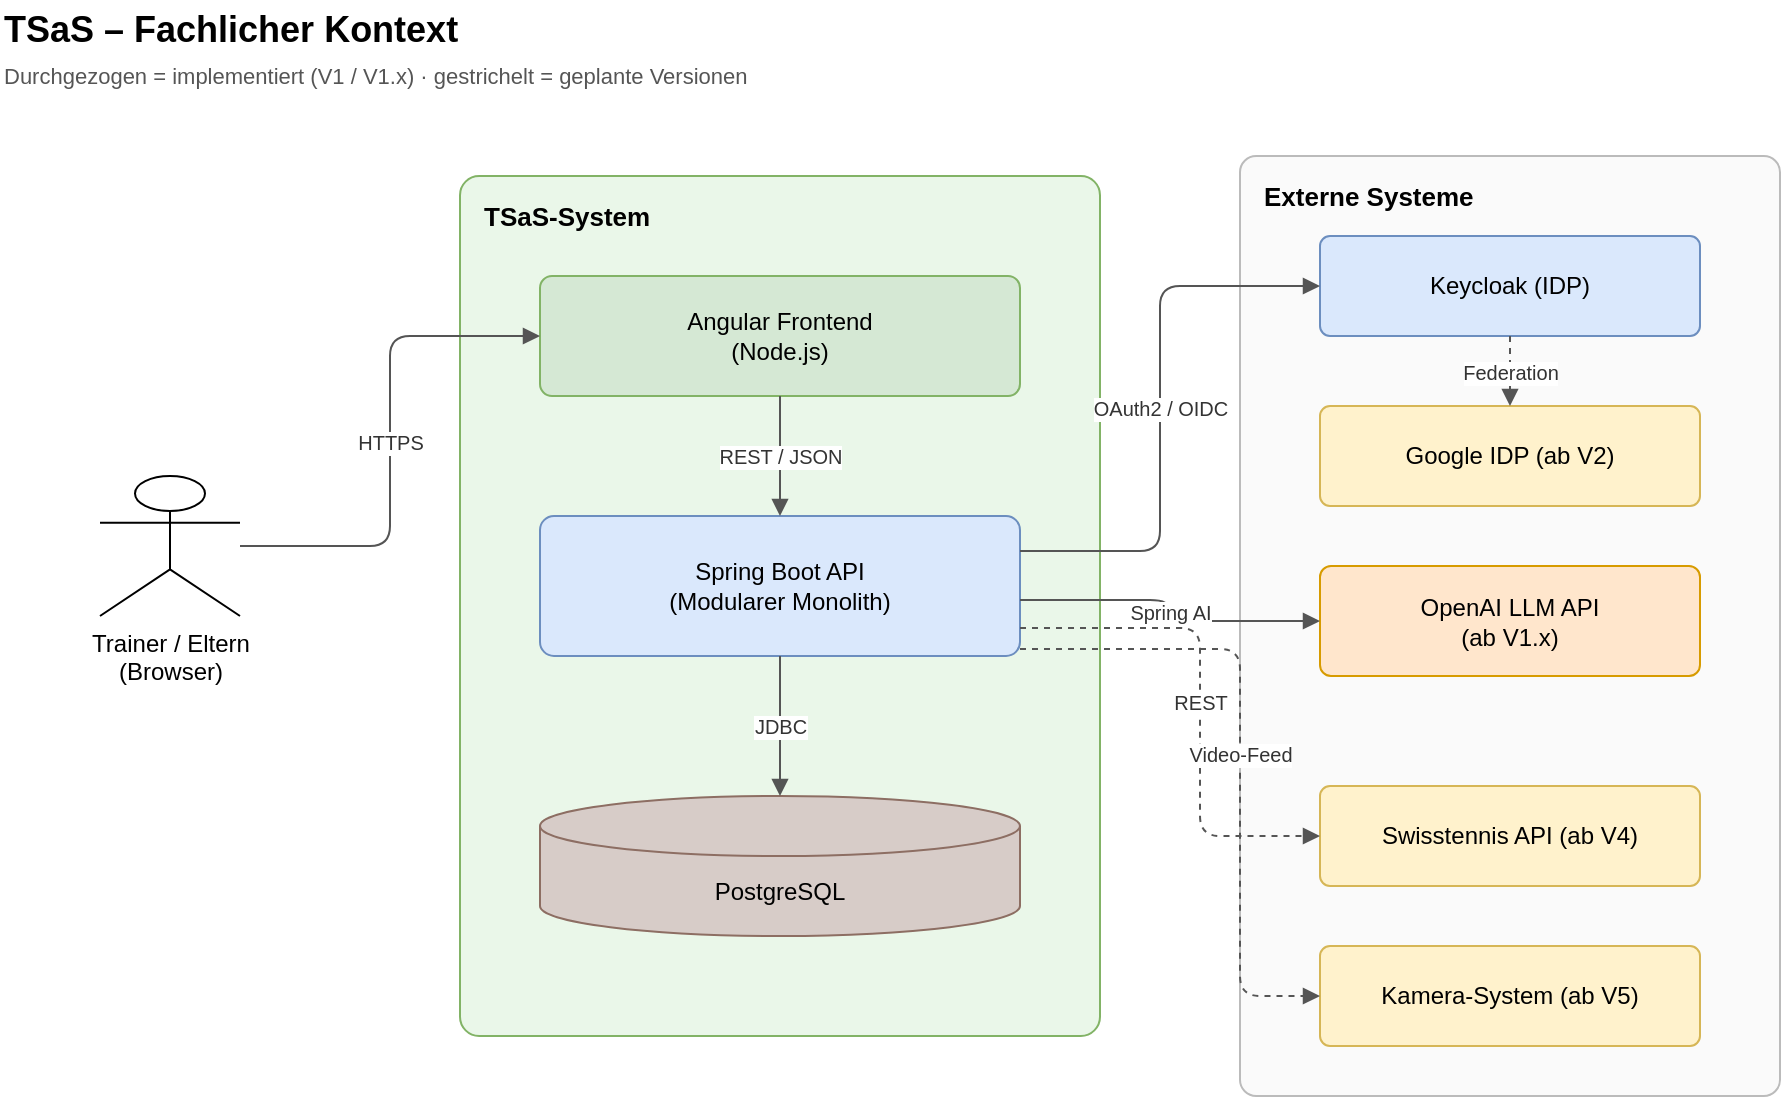
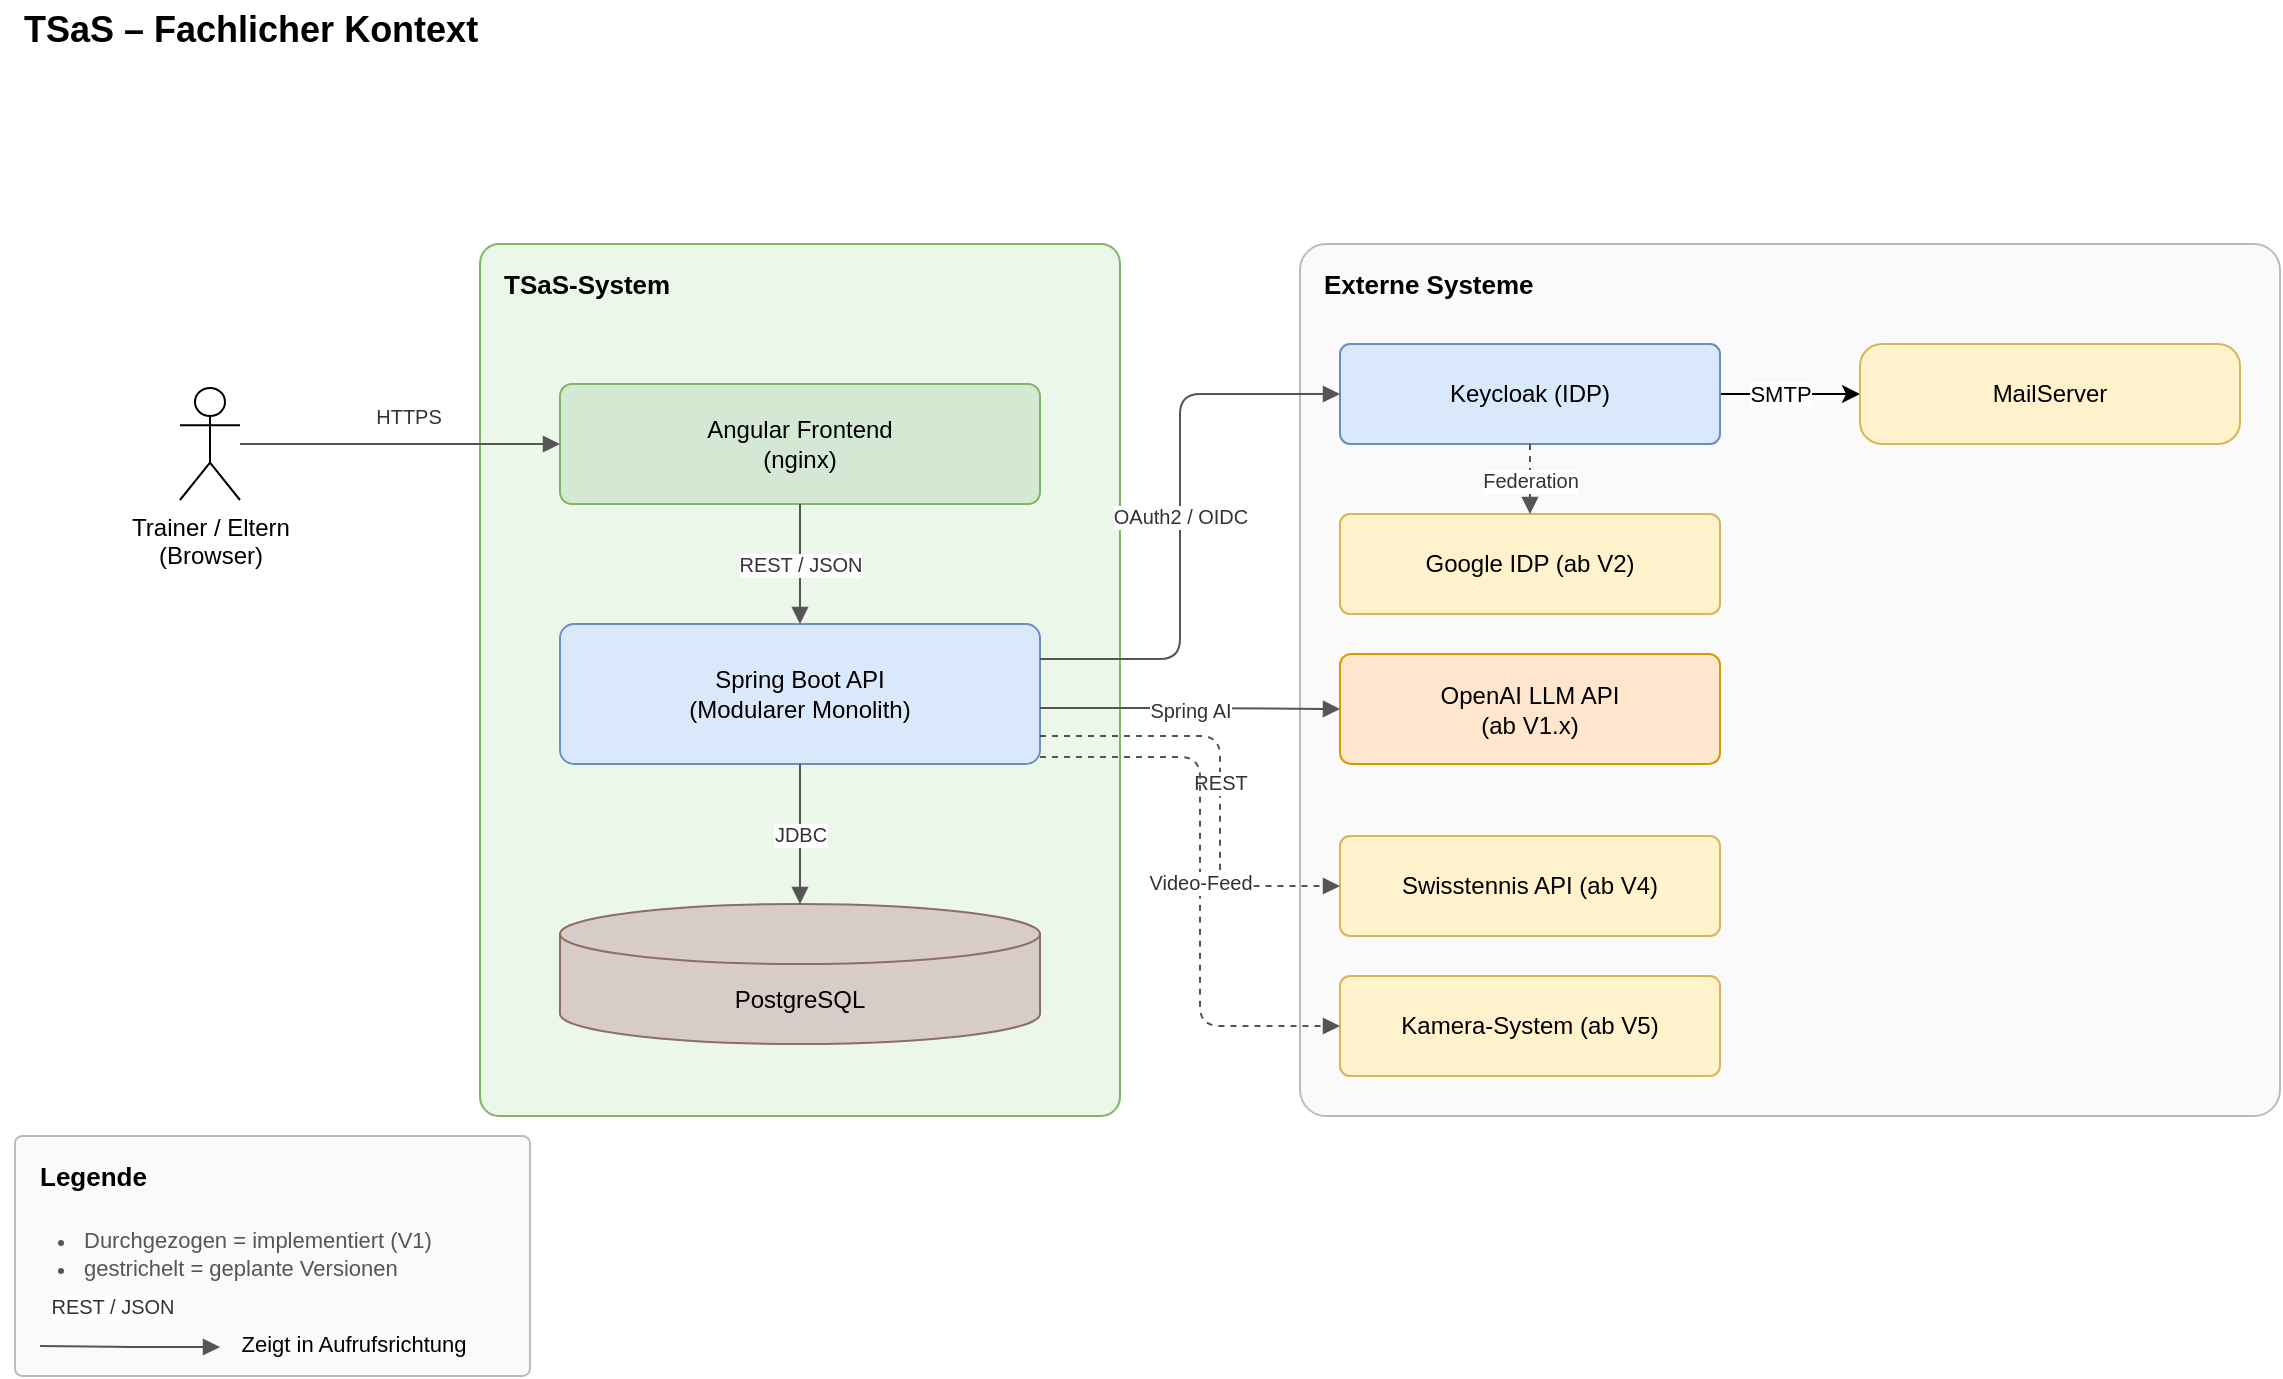
- <mxfile host="app.diagrams.net" agent="tsas-sad-gen" version="24.7.17">
+ <mxfile host="Electron" agent="tsas-sad-gen">
  <diagram id="TSaS_Fachlicher_Kontext" name="TSaS_Fachlicher_Kontext">
-     <mxGraphModel dx="900" dy="640" grid="1" gridSize="10" guides="1" tooltips="1" connect="1" arrows="1" fold="1" page="1" pageScale="1" pageWidth="980" pageHeight="660" math="0" shadow="0">
+     <mxGraphModel dx="1222" dy="884" grid="1" gridSize="10" guides="1" tooltips="1" connect="1" arrows="1" fold="1" page="1" pageScale="1" pageWidth="980" pageHeight="660" math="0" shadow="0">
      <root>
-         <mxCell id="0"/>
-         <mxCell id="1" parent="0"/>
-         <mxCell id="n2" value="TSaS – Fachlicher Kontext" style="text;html=1;strokeColor=none;fillColor=none;align=left;verticalAlign=middle;fontStyle=1;fontSize=18;" vertex="1" parent="1"><mxGeometry x="40" y="12" width="600" height="30" as="geometry"/></mxCell>
-         <mxCell id="n3" value="Durchgezogen = implementiert (V1 / V1.x) · gestrichelt = geplante Versionen" style="text;html=1;strokeColor=none;fillColor=none;align=left;verticalAlign=middle;fontSize=11;fontColor=#555555;" vertex="1" parent="1"><mxGeometry x="40" y="40" width="760" height="20" as="geometry"/></mxCell>
-         <mxCell id="n4" value="Trainer / Eltern&#10;(Browser)" style="shape=umlActor;verticalLabelPosition=bottom;verticalAlign=top;html=1;outlineConnect=0;fontSize=12;" vertex="1" parent="1"><mxGeometry x="90" y="250" width="70" height="70" as="geometry"/></mxCell>
-         <mxCell id="n5" value="TSaS-System" style="rounded=1;arcSize=3;whiteSpace=wrap;html=1;fillColor=#EAF7E9;strokeColor=#82B366;verticalAlign=top;align=left;fontStyle=1;fontSize=13;spacingLeft=10;spacingTop=6;" vertex="1" parent="1"><mxGeometry x="270" y="100" width="320" height="430" as="geometry"/></mxCell>
-         <mxCell id="n6" value="Angular Frontend&#10;(Node.js)" style="rounded=1;arcSize=10;whiteSpace=wrap;html=1;fillColor=#D5E8D4;strokeColor=#82B366;fontSize=12;align=center;" vertex="1" parent="1"><mxGeometry x="310" y="150" width="240" height="60" as="geometry"/></mxCell>
-         <mxCell id="n7" value="Spring Boot API&#10;(Modularer Monolith)" style="rounded=1;arcSize=10;whiteSpace=wrap;html=1;fillColor=#DAE8FC;strokeColor=#6C8EBF;fontSize=12;align=center;" vertex="1" parent="1"><mxGeometry x="310" y="270" width="240" height="70" as="geometry"/></mxCell>
-         <mxCell id="n8" value="PostgreSQL" style="shape=cylinder3;whiteSpace=wrap;html=1;boundedLbl=1;backgroundOutline=1;fillColor=#D7CCC8;strokeColor=#8D6E63;fontSize=12;" vertex="1" parent="1"><mxGeometry x="310" y="410" width="240" height="70" as="geometry"/></mxCell>
-         <mxCell id="n9" value="Externe Systeme" style="rounded=1;arcSize=3;whiteSpace=wrap;html=1;fillColor=#FAFAFA;strokeColor=#BBBBBB;verticalAlign=top;align=left;fontStyle=1;fontSize=13;spacingLeft=10;spacingTop=6;" vertex="1" parent="1"><mxGeometry x="660" y="90" width="270" height="470" as="geometry"/></mxCell>
-         <mxCell id="n10" value="Keycloak (IDP)" style="rounded=1;arcSize=10;whiteSpace=wrap;html=1;fillColor=#DAE8FC;strokeColor=#6C8EBF;fontSize=12;align=center;" vertex="1" parent="1"><mxGeometry x="700" y="130" width="190" height="50" as="geometry"/></mxCell>
-         <mxCell id="n11" value="Google IDP (ab V2)" style="rounded=1;arcSize=10;whiteSpace=wrap;html=1;fillColor=#FFF2CC;strokeColor=#D6B656;fontSize=12;align=center;" vertex="1" parent="1"><mxGeometry x="700" y="215" width="190" height="50" as="geometry"/></mxCell>
-         <mxCell id="n12" value="OpenAI LLM API&#10;(ab V1.x)" style="rounded=1;arcSize=10;whiteSpace=wrap;html=1;fillColor=#FFE6CC;strokeColor=#D79B00;fontSize=12;align=center;" vertex="1" parent="1"><mxGeometry x="700" y="295" width="190" height="55" as="geometry"/></mxCell>
-         <mxCell id="n13" value="Swisstennis API (ab V4)" style="rounded=1;arcSize=10;whiteSpace=wrap;html=1;fillColor=#FFF2CC;strokeColor=#D6B656;fontSize=12;align=center;" vertex="1" parent="1"><mxGeometry x="700" y="405" width="190" height="50" as="geometry"/></mxCell>
-         <mxCell id="n14" value="Kamera-System (ab V5)" style="rounded=1;arcSize=10;whiteSpace=wrap;html=1;fillColor=#FFF2CC;strokeColor=#D6B656;fontSize=12;align=center;" vertex="1" parent="1"><mxGeometry x="700" y="485" width="190" height="50" as="geometry"/></mxCell>
-         <mxCell id="n15" value="HTTPS" style="edgeStyle=orthogonalEdgeStyle;rounded=1;jettySize=auto;orthogonalLoop=1;html=1;fontSize=10;labelBackgroundColor=#FFFFFF;endArrow=block;strokeColor=#555555;fontColor=#333333;exitX=1;exitY=0.5;exitDx=0;exitDy=0;entryX=0;entryY=0.5;entryDx=0;entryDy=0;" edge="1" parent="1" source="n4" target="n6"><mxGeometry relative="1" as="geometry"></mxGeometry></mxCell>
-         <mxCell id="n16" value="REST / JSON" style="edgeStyle=orthogonalEdgeStyle;rounded=1;jettySize=auto;orthogonalLoop=1;html=1;fontSize=10;labelBackgroundColor=#FFFFFF;endArrow=block;strokeColor=#555555;fontColor=#333333;exitX=0.5;exitY=1;exitDx=0;exitDy=0;entryX=0.5;entryY=0;entryDx=0;entryDy=0;" edge="1" parent="1" source="n6" target="n7"><mxGeometry relative="1" as="geometry"></mxGeometry></mxCell>
-         <mxCell id="n17" value="JDBC" style="edgeStyle=orthogonalEdgeStyle;rounded=1;jettySize=auto;orthogonalLoop=1;html=1;fontSize=10;labelBackgroundColor=#FFFFFF;endArrow=block;strokeColor=#555555;fontColor=#333333;exitX=0.5;exitY=1;exitDx=0;exitDy=0;entryX=0.5;entryY=0;entryDx=0;entryDy=0;" edge="1" parent="1" source="n7" target="n8"><mxGeometry relative="1" as="geometry"></mxGeometry></mxCell>
-         <mxCell id="n18" value="OAuth2 / OIDC" style="edgeStyle=orthogonalEdgeStyle;rounded=1;jettySize=auto;orthogonalLoop=1;html=1;fontSize=10;labelBackgroundColor=#FFFFFF;endArrow=block;strokeColor=#555555;fontColor=#333333;exitX=1;exitY=0.25;exitDx=0;exitDy=0;entryX=0;entryY=0.5;entryDx=0;entryDy=0;" edge="1" parent="1" source="n7" target="n10"><mxGeometry relative="1" as="geometry"><Array as="points"><mxPoint x="620" y="287"/><mxPoint x="620" y="155"/></Array></mxGeometry></mxCell>
-         <mxCell id="n19" value="Federation" style="edgeStyle=orthogonalEdgeStyle;rounded=1;jettySize=auto;orthogonalLoop=1;html=1;fontSize=10;labelBackgroundColor=#FFFFFF;endArrow=block;strokeColor=#555555;fontColor=#333333;dashed=1;exitX=0.5;exitY=1;exitDx=0;exitDy=0;entryX=0.5;entryY=0;entryDx=0;entryDy=0;" edge="1" parent="1" source="n10" target="n11"><mxGeometry relative="1" as="geometry"></mxGeometry></mxCell>
-         <mxCell id="n20" value="Spring AI" style="edgeStyle=orthogonalEdgeStyle;rounded=1;jettySize=auto;orthogonalLoop=1;html=1;fontSize=10;labelBackgroundColor=#FFFFFF;endArrow=block;strokeColor=#555555;fontColor=#333333;exitX=1;exitY=0.6;exitDx=0;exitDy=0;entryX=0;entryY=0.5;entryDx=0;entryDy=0;" edge="1" parent="1" source="n7" target="n12"><mxGeometry relative="1" as="geometry"></mxGeometry></mxCell>
-         <mxCell id="n21" value="REST" style="edgeStyle=orthogonalEdgeStyle;rounded=1;jettySize=auto;orthogonalLoop=1;html=1;fontSize=10;labelBackgroundColor=#FFFFFF;endArrow=block;strokeColor=#555555;fontColor=#333333;dashed=1;exitX=1;exitY=0.8;exitDx=0;exitDy=0;entryX=0;entryY=0.5;entryDx=0;entryDy=0;" edge="1" parent="1" source="n7" target="n13"><mxGeometry relative="1" as="geometry"><Array as="points"><mxPoint x="640" y="326"/><mxPoint x="640" y="430"/></Array></mxGeometry></mxCell>
-         <mxCell id="n22" value="Video-Feed" style="edgeStyle=orthogonalEdgeStyle;rounded=1;jettySize=auto;orthogonalLoop=1;html=1;fontSize=10;labelBackgroundColor=#FFFFFF;endArrow=block;strokeColor=#555555;fontColor=#333333;dashed=1;exitX=1;exitY=0.95;exitDx=0;exitDy=0;entryX=0;entryY=0.5;entryDx=0;entryDy=0;" edge="1" parent="1" source="n7" target="n14"><mxGeometry relative="1" as="geometry"><Array as="points"><mxPoint x="660" y="336"/><mxPoint x="660" y="510"/></Array></mxGeometry></mxCell>
+         <mxCell id="0" />
+         <mxCell id="1" parent="0" />
+         <mxCell id="n2" parent="1" style="text;html=1;strokeColor=none;fillColor=none;align=left;verticalAlign=middle;fontStyle=1;fontSize=18;" value="TSaS – Fachlicher Kontext" vertex="1">
+           <mxGeometry height="30" width="600" x="40" y="12" as="geometry" />
+         </mxCell>
+         <mxCell id="n4" parent="1" style="shape=umlActor;verticalLabelPosition=bottom;verticalAlign=top;html=1;outlineConnect=0;fontSize=12;" value="Trainer / Eltern&#xa;(Browser)" vertex="1">
+           <mxGeometry height="56" width="30" x="120" y="206" as="geometry" />
+         </mxCell>
+         <mxCell id="n5" parent="1" style="rounded=1;arcSize=3;whiteSpace=wrap;html=1;fillColor=#EAF7E9;strokeColor=#82B366;verticalAlign=top;align=left;fontStyle=1;fontSize=13;spacingLeft=10;spacingTop=6;" value="TSaS-System" vertex="1">
+           <mxGeometry height="436" width="320" x="270" y="134" as="geometry" />
+         </mxCell>
+         <mxCell id="n6" parent="1" style="rounded=1;arcSize=10;whiteSpace=wrap;html=1;fillColor=#D5E8D4;strokeColor=#82B366;fontSize=12;align=center;" value="Angular Frontend&lt;br&gt;(nginx)" vertex="1">
+           <mxGeometry height="60" width="240" x="310" y="204" as="geometry" />
+         </mxCell>
+         <mxCell id="n7" parent="1" style="rounded=1;arcSize=10;whiteSpace=wrap;html=1;fillColor=#DAE8FC;strokeColor=#6C8EBF;fontSize=12;align=center;" value="Spring Boot API&#xa;(Modularer Monolith)" vertex="1">
+           <mxGeometry height="70" width="240" x="310" y="324" as="geometry" />
+         </mxCell>
+         <mxCell id="n8" parent="1" style="shape=cylinder3;whiteSpace=wrap;html=1;boundedLbl=1;backgroundOutline=1;fillColor=#D7CCC8;strokeColor=#8D6E63;fontSize=12;" value="PostgreSQL" vertex="1">
+           <mxGeometry height="70" width="240" x="310" y="464" as="geometry" />
+         </mxCell>
+         <mxCell id="n9" parent="1" style="rounded=1;arcSize=3;whiteSpace=wrap;html=1;fillColor=#FAFAFA;strokeColor=#BBBBBB;verticalAlign=top;align=left;fontStyle=1;fontSize=13;spacingLeft=10;spacingTop=6;" value="Externe Systeme" vertex="1">
+           <mxGeometry height="436" width="490" x="680" y="134" as="geometry" />
+         </mxCell>
+         <mxCell id="zYvXaiBjkKORmjG61Vfn-2" edge="1" parent="1" source="n10" style="edgeStyle=orthogonalEdgeStyle;rounded=0;orthogonalLoop=1;jettySize=auto;html=1;" target="zYvXaiBjkKORmjG61Vfn-1">
+           <mxGeometry relative="1" as="geometry" />
+         </mxCell>
+         <mxCell id="zYvXaiBjkKORmjG61Vfn-3" connectable="0" parent="zYvXaiBjkKORmjG61Vfn-2" style="edgeLabel;html=1;align=center;verticalAlign=middle;resizable=0;points=[];" value="SMTP" vertex="1">
+           <mxGeometry relative="1" x="-0.2571" y="-2" as="geometry">
+             <mxPoint x="4" y="-2" as="offset" />
+           </mxGeometry>
+         </mxCell>
+         <mxCell id="n10" parent="1" style="rounded=1;arcSize=10;whiteSpace=wrap;html=1;fillColor=#DAE8FC;strokeColor=#6C8EBF;fontSize=12;align=center;" value="Keycloak (IDP)" vertex="1">
+           <mxGeometry height="50" width="190" x="700" y="184" as="geometry" />
+         </mxCell>
+         <mxCell id="n11" parent="1" style="rounded=1;arcSize=10;whiteSpace=wrap;html=1;fillColor=#FFF2CC;strokeColor=#D6B656;fontSize=12;align=center;" value="Google IDP (ab V2)" vertex="1">
+           <mxGeometry height="50" width="190" x="700" y="269" as="geometry" />
+         </mxCell>
+         <mxCell id="n12" parent="1" style="rounded=1;arcSize=10;whiteSpace=wrap;html=1;fillColor=#FFE6CC;strokeColor=#D79B00;fontSize=12;align=center;" value="OpenAI LLM API&#xa;(ab V1.x)" vertex="1">
+           <mxGeometry height="55" width="190" x="700" y="339" as="geometry" />
+         </mxCell>
+         <mxCell id="n13" parent="1" style="rounded=1;arcSize=10;whiteSpace=wrap;html=1;fillColor=#FFF2CC;strokeColor=#D6B656;fontSize=12;align=center;" value="Swisstennis API (ab V4)" vertex="1">
+           <mxGeometry height="50" width="190" x="700" y="430" as="geometry" />
+         </mxCell>
+         <mxCell id="n14" parent="1" style="rounded=1;arcSize=10;whiteSpace=wrap;html=1;fillColor=#FFF2CC;strokeColor=#D6B656;fontSize=12;align=center;" value="Kamera-System (ab V5)" vertex="1">
+           <mxGeometry height="50" width="190" x="700" y="500" as="geometry" />
+         </mxCell>
+         <mxCell id="n15" edge="1" parent="1" source="n4" style="edgeStyle=orthogonalEdgeStyle;rounded=1;jettySize=auto;orthogonalLoop=1;html=1;fontSize=10;labelBackgroundColor=#FFFFFF;endArrow=block;strokeColor=#555555;fontColor=#333333;exitX=1;exitY=0.5;exitDx=0;exitDy=0;entryX=0;entryY=0.5;entryDx=0;entryDy=0;" target="n6" value="HTTPS">
+           <mxGeometry relative="1" x="0.0526" y="14" as="geometry">
+             <mxPoint as="offset" />
+           </mxGeometry>
+         </mxCell>
+         <mxCell id="n16" edge="1" parent="1" source="n6" style="edgeStyle=orthogonalEdgeStyle;rounded=1;jettySize=auto;orthogonalLoop=1;html=1;fontSize=10;labelBackgroundColor=#FFFFFF;endArrow=block;strokeColor=#555555;fontColor=#333333;exitX=0.5;exitY=1;exitDx=0;exitDy=0;entryX=0.5;entryY=0;entryDx=0;entryDy=0;" target="n7" value="REST / JSON">
+           <mxGeometry relative="1" as="geometry" />
+         </mxCell>
+         <mxCell id="n17" edge="1" parent="1" source="n7" style="edgeStyle=orthogonalEdgeStyle;rounded=1;jettySize=auto;orthogonalLoop=1;html=1;fontSize=10;labelBackgroundColor=#FFFFFF;endArrow=block;strokeColor=#555555;fontColor=#333333;exitX=0.5;exitY=1;exitDx=0;exitDy=0;entryX=0.5;entryY=0;entryDx=0;entryDy=0;" target="n8" value="JDBC">
+           <mxGeometry relative="1" as="geometry" />
+         </mxCell>
+         <mxCell id="n18" edge="1" parent="1" source="n7" style="edgeStyle=orthogonalEdgeStyle;rounded=1;jettySize=auto;orthogonalLoop=1;html=1;fontSize=10;labelBackgroundColor=#FFFFFF;endArrow=block;strokeColor=#555555;fontColor=#333333;exitX=1;exitY=0.25;exitDx=0;exitDy=0;entryX=0;entryY=0.5;entryDx=0;entryDy=0;" target="n10" value="OAuth2 / OIDC">
+           <mxGeometry relative="1" as="geometry">
+             <Array as="points">
+               <mxPoint x="620" y="341" />
+               <mxPoint x="620" y="209" />
+             </Array>
+           </mxGeometry>
+         </mxCell>
+         <mxCell id="n19" edge="1" parent="1" source="n10" style="edgeStyle=orthogonalEdgeStyle;rounded=1;jettySize=auto;orthogonalLoop=1;html=1;fontSize=10;labelBackgroundColor=#FFFFFF;endArrow=block;strokeColor=#555555;fontColor=#333333;dashed=1;exitX=0.5;exitY=1;exitDx=0;exitDy=0;entryX=0.5;entryY=0;entryDx=0;entryDy=0;" target="n11" value="Federation">
+           <mxGeometry relative="1" as="geometry" />
+         </mxCell>
+         <mxCell id="n20" edge="1" parent="1" source="n7" style="edgeStyle=orthogonalEdgeStyle;rounded=1;jettySize=auto;orthogonalLoop=1;html=1;fontSize=10;labelBackgroundColor=#FFFFFF;endArrow=block;strokeColor=#555555;fontColor=#333333;exitX=1;exitY=0.6;exitDx=0;exitDy=0;entryX=0;entryY=0.5;entryDx=0;entryDy=0;" target="n12" value="Spring AI">
+           <mxGeometry relative="1" as="geometry" />
+         </mxCell>
+         <mxCell id="n21" edge="1" parent="1" source="n7" style="edgeStyle=orthogonalEdgeStyle;rounded=1;jettySize=auto;orthogonalLoop=1;html=1;fontSize=10;labelBackgroundColor=#FFFFFF;endArrow=block;strokeColor=#555555;fontColor=#333333;dashed=1;exitX=1;exitY=0.8;exitDx=0;exitDy=0;entryX=0;entryY=0.5;entryDx=0;entryDy=0;" target="n13" value="REST">
+           <mxGeometry relative="1" as="geometry">
+             <Array as="points">
+               <mxPoint x="640" y="380" />
+               <mxPoint x="640" y="455" />
+             </Array>
+           </mxGeometry>
+         </mxCell>
+         <mxCell id="n22" edge="1" parent="1" source="n7" style="edgeStyle=orthogonalEdgeStyle;rounded=1;jettySize=auto;orthogonalLoop=1;html=1;fontSize=10;labelBackgroundColor=#FFFFFF;endArrow=block;strokeColor=#555555;fontColor=#333333;dashed=1;exitX=1;exitY=0.95;exitDx=0;exitDy=0;entryX=0;entryY=0.5;entryDx=0;entryDy=0;" target="n14" value="Video-Feed">
+           <mxGeometry relative="1" as="geometry">
+             <Array as="points">
+               <mxPoint x="630" y="391" />
+               <mxPoint x="630" y="525" />
+             </Array>
+           </mxGeometry>
+         </mxCell>
+         <mxCell id="zYvXaiBjkKORmjG61Vfn-1" parent="1" style="rounded=1;arcSize=22;whiteSpace=wrap;html=1;fillColor=#fff2cc;strokeColor=#d6b656;fontSize=12;align=center;" value="MailServer" vertex="1">
+           <mxGeometry height="50" width="190" x="960" y="184" as="geometry" />
+         </mxCell>
+         <mxCell id="pI-tz0Tho_Qdkv-YnUQA-2" connectable="0" parent="1" style="group" value="" vertex="1">
+           <mxGeometry height="120" width="355" x="30" y="580" as="geometry" />
+         </mxCell>
+         <mxCell id="pI-tz0Tho_Qdkv-YnUQA-1" parent="pI-tz0Tho_Qdkv-YnUQA-2" style="rounded=1;arcSize=3;whiteSpace=wrap;html=1;fillColor=#FAFAFA;strokeColor=#BBBBBB;verticalAlign=top;align=left;fontStyle=1;fontSize=13;spacingLeft=10;spacingTop=6;" value="Legende" vertex="1">
+           <mxGeometry height="120" width="257.5" x="7.5" as="geometry" />
+         </mxCell>
+         <mxCell id="n3" parent="pI-tz0Tho_Qdkv-YnUQA-2" style="text;html=1;strokeColor=none;fillColor=none;align=left;verticalAlign=middle;fontSize=11;fontColor=#555555;" value="&lt;ul&gt;&lt;li&gt;Durchgezogen = implementiert (V1)&lt;/li&gt;&lt;li&gt;gestrichelt = geplante Versionen&lt;/li&gt;&lt;/ul&gt;" vertex="1">
+           <mxGeometry height="42" width="355" y="38" as="geometry" />
+         </mxCell>
+         <mxCell id="zYvXaiBjkKORmjG61Vfn-4" edge="1" parent="pI-tz0Tho_Qdkv-YnUQA-2" style="edgeStyle=orthogonalEdgeStyle;rounded=1;jettySize=auto;orthogonalLoop=1;html=1;fontSize=10;labelBackgroundColor=#FFFFFF;endArrow=block;strokeColor=#555555;fontColor=#333333;exitX=1;exitY=0.5;exitDx=0;exitDy=0;" value="REST / JSON">
+           <mxGeometry relative="1" x="0.0055" y="-10" as="geometry">
+             <mxPoint y="-20" as="offset" />
+             <mxPoint x="20" y="105" as="sourcePoint" />
+             <mxPoint x="110" y="105.5" as="targetPoint" />
+           </mxGeometry>
+         </mxCell>
+         <mxCell id="zYvXaiBjkKORmjG61Vfn-5" parent="pI-tz0Tho_Qdkv-YnUQA-2" style="text;html=1;whiteSpace=wrap;strokeColor=none;fillColor=none;align=center;verticalAlign=middle;rounded=0;fontSize=11;" value="Zeigt in Aufrufsrichtung" vertex="1">
+           <mxGeometry height="30" width="150" x="102" y="89" as="geometry" />
+         </mxCell>
      </root>
    </mxGraphModel>
  </diagram>
</mxfile>
